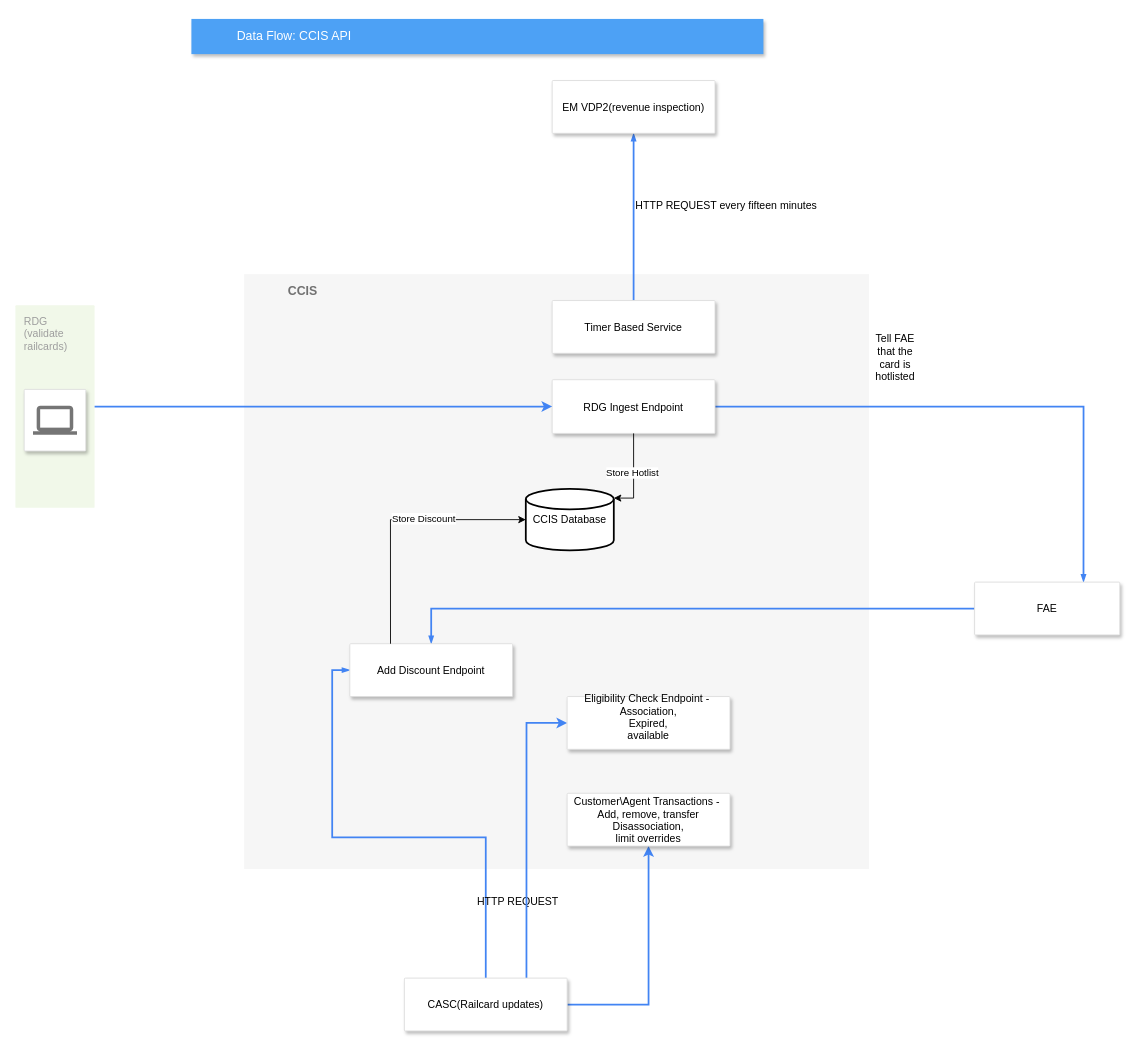
Before: CCIS-API.drawio in mattwatts36/drawings, a draw.io diagram. Source tidied: cells renumbered, new cells numbered last; positions are measured from the earlier drawing's top-left corner, leaving out a move shared by most shapes. Both pictures are drawn from the tidied source at 88%, with x=0, y=0 at pixel (15, 18).
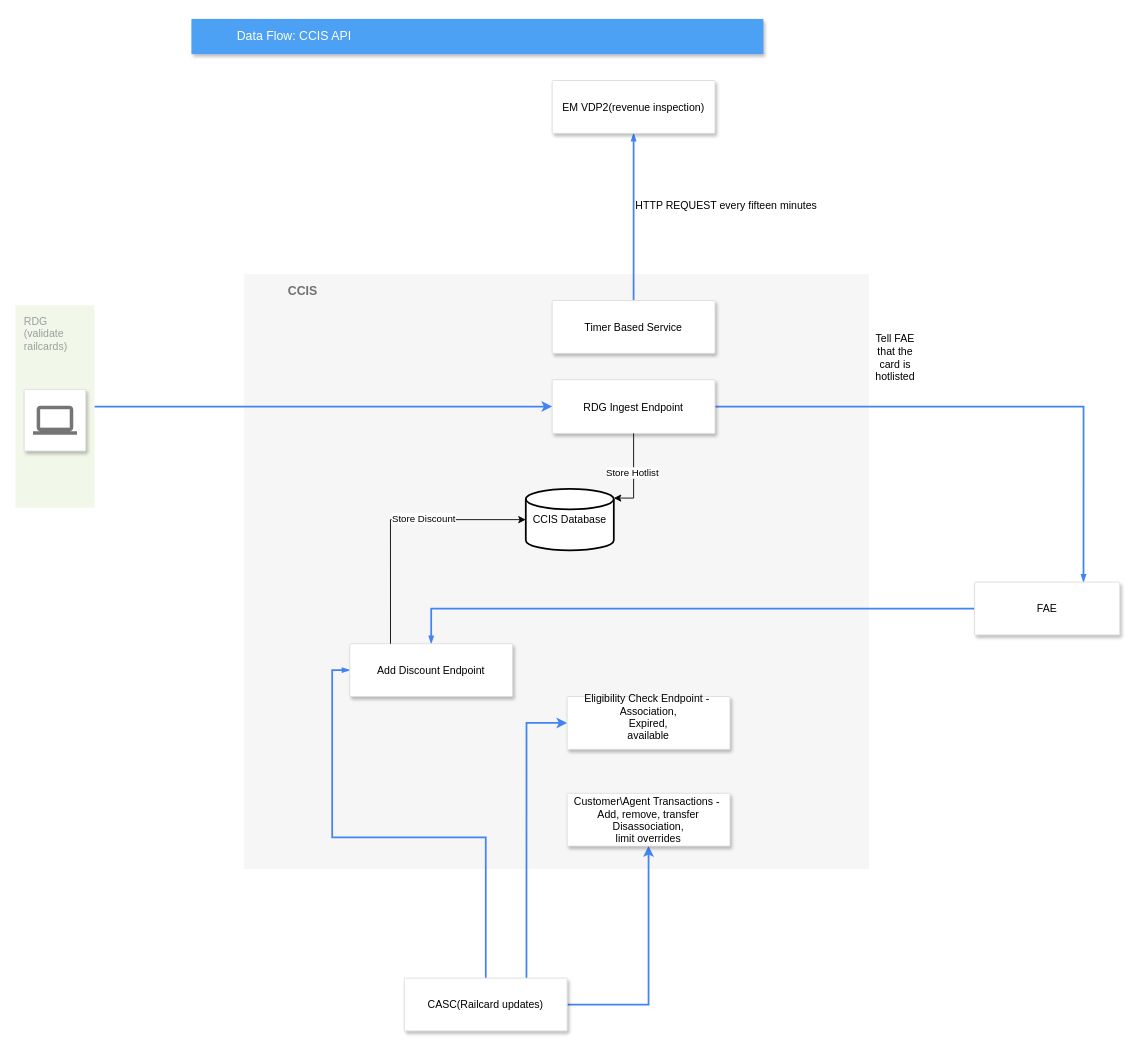
The same page after the edit.

Unchanged cells that the change refers to:
```xml
<mxCell id="9" style="edgeStyle=orthogonalEdgeStyle;rounded=0;jettySize=auto;html=1;entryX=0;entryY=0.5;entryDx=0;entryDy=0;strokeColor=#4284F3;dashed=0;strokeWidth=2;align=left;verticalAlign=middle;fontFamily=Helvetica;fontSize=12;fontColor=#000000;labelBackgroundColor=none;elbow=vertical;startFill=1;startSize=4;endArrow=blockThin;endFill=1;endSize=4;" parent="1" edge="1" source="13" target="15">
  <mxGeometry relative="1" as="geometry" />
</mxCell>
```

What changed in the source:
```diff
@@
-    <mxCell id="10" value="HTTP REQUEST" style="edgeLabel;html=1;align=left;verticalAlign=middle;rounded=0;dashed=0;strokeColor=#4284F3;strokeWidth=2;fontFamily=Helvetica;fontSize=12;fontColor=#000000;labelBackgroundColor=none;" parent="9" vertex="1">
-      <mxGeometry x="-0.63" y="-1" relative="1" as="geometry">
-        <mxPoint x="-13" y="13" as="offset" />
-      </mxGeometry>
-    </mxCell>
```
